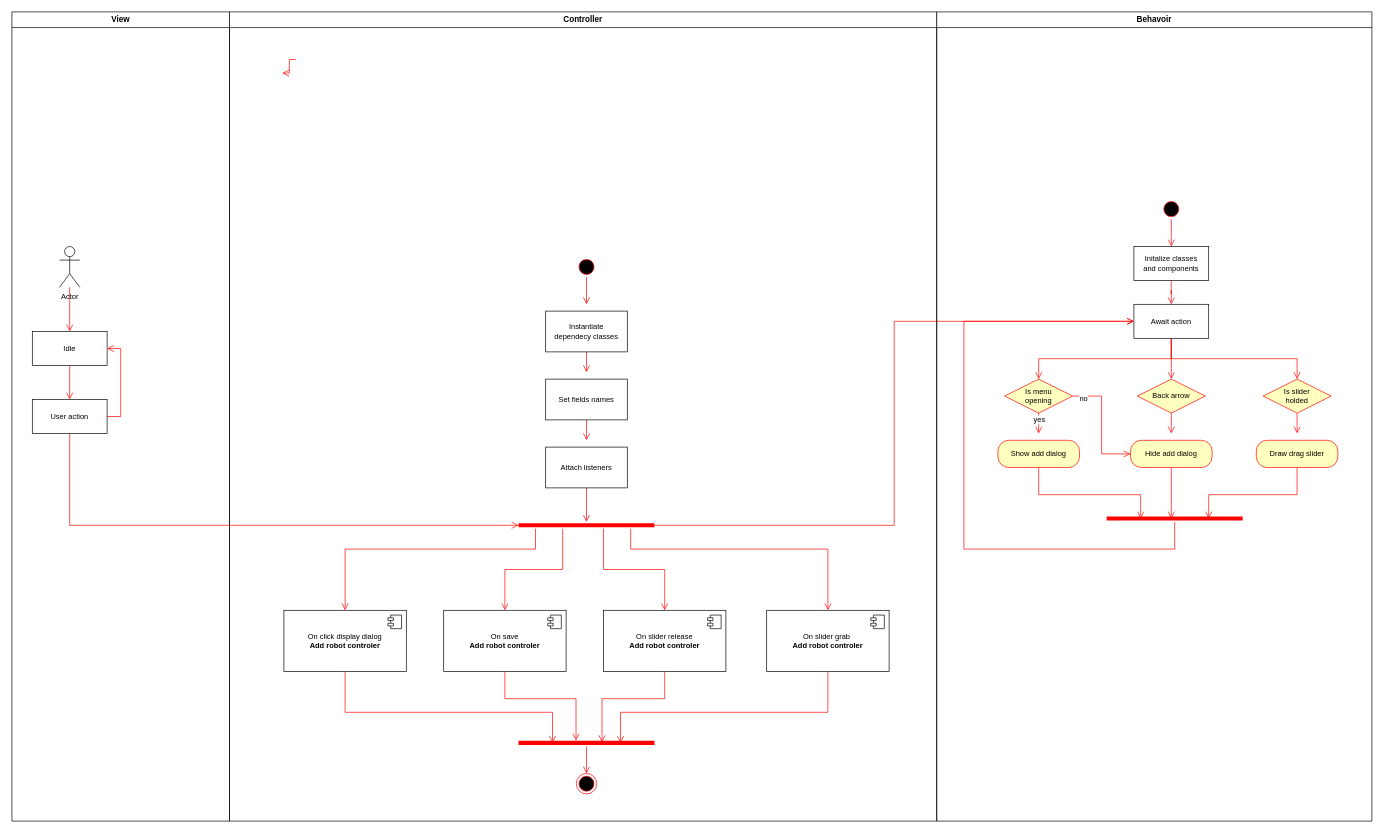
xalpol12/kuka-ar keeps this draw.io diagram as documentation/UI/Components/Menu/AddNewRobot.drawio. Above is the earlier version. Source tidied: cells renumbered, new cells numbered last; positions are measured from the earlier drawing's top-left corner, leaving out a move shared by most shapes. Both pictures are drawn from the tidied source at 68%, with x=0, y=0 at pixel (12, 12).
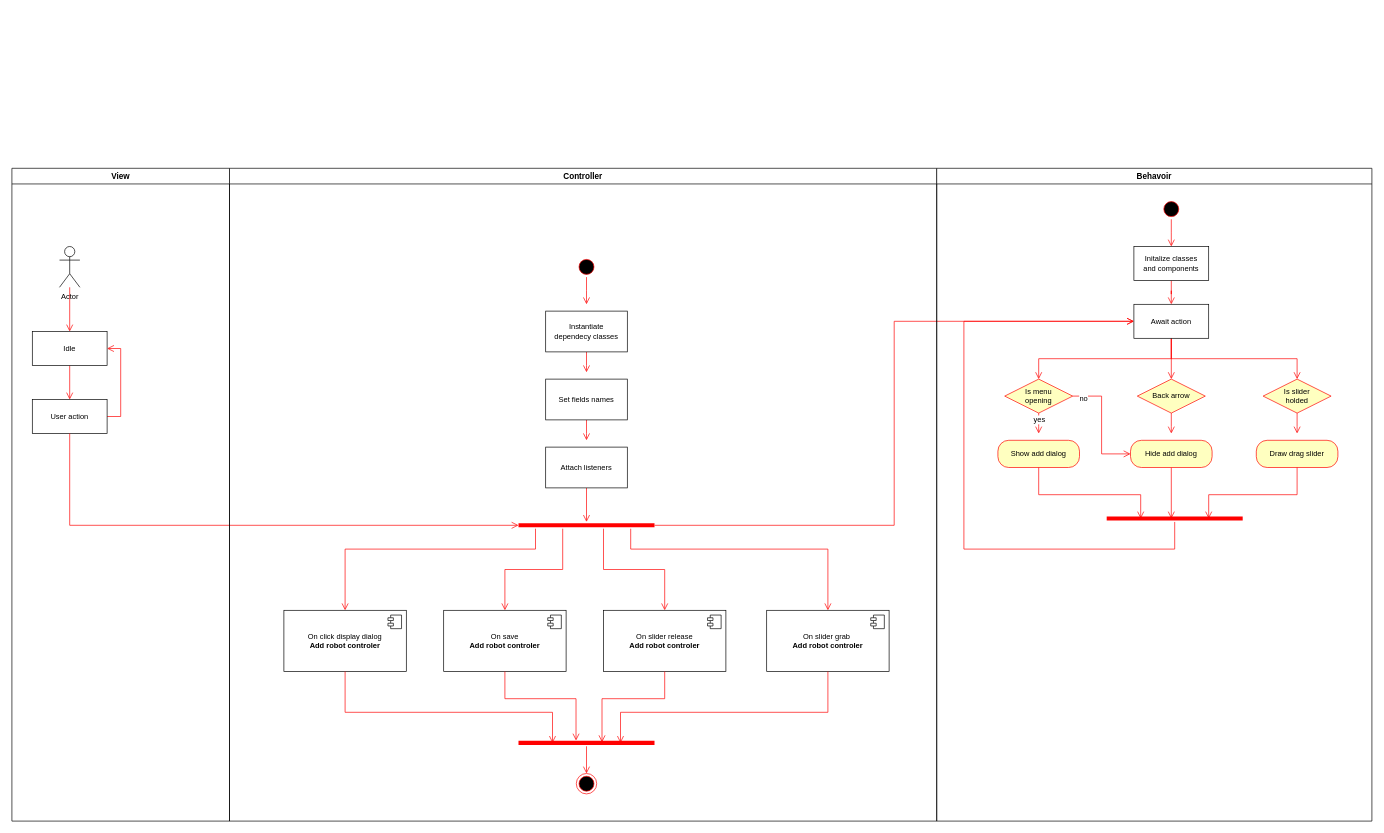
After the change.

Commit message (it also covers changes not shown here):
Graph logic fix

Change to the diagram source:
```diff
@@
     <mxCell id="63" value="View" style="swimlane;whiteSpace=wrap;" parent="1" vertex="1">
-      <mxGeometry width="320" height="1190" as="geometry" />
+      <mxGeometry y="230" width="320" height="960" as="geometry" />
     </mxCell>
     <mxCell id="64" value="Controller" style="swimlane;whiteSpace=wrap;" parent="1" vertex="1">
-      <mxGeometry x="320" width="1040" height="1190" as="geometry" />
+      <mxGeometry x="320" y="230" width="1040" height="960" as="geometry" />
     </mxCell>
-    <mxCell id="65" style="edgeStyle=elbowEdgeStyle;elbow=horizontal;verticalAlign=bottom;endArrow=open;endSize=8;strokeColor=#FF0000;endFill=1;rounded=0;" parent="64" edge="1">
-      <mxGeometry x="40" y="20" as="geometry">
-        <mxPoint x="97.5" y="70" as="sourcePoint" />
-        <mxPoint x="77.5" y="90" as="targetPoint" />
-      </mxGeometry>
-    </mxCell>
@@
     <mxCell id="68" value="Behavoir" style="swimlane;whiteSpace=wrap;" parent="1" vertex="1">
-      <mxGeometry x="1360" width="640" height="1190" as="geometry" />
+      <mxGeometry x="1360" y="230" width="640" height="960" as="geometry" />
     </mxCell>
```
